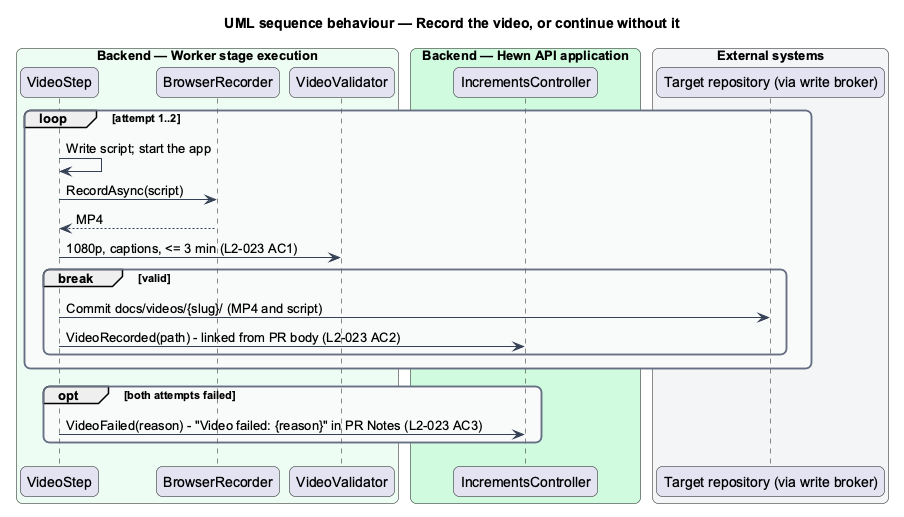
Above: docs/detailed-designs/increments/record-increment-video/diagrams/sequence-record.png in QuinntyneBrown/hewn (PlantUML), before the change. Source of this version:
```plantuml
@startuml
title UML sequence behaviour — Record the video, or continue without it
skinparam backgroundColor #FFFFFF
skinparam shadowing false
skinparam roundcorner 12
skinparam defaultFontName Arial
skinparam ArrowColor #344054
skinparam rectangle {
  BorderColor #344054
  FontColor #101828
}
skinparam package {
  BorderColor #667085
  FontColor #101828
  BackgroundColor #F9FAFB
}
skinparam sequenceMessageAlign left
box "Backend — Worker stage execution" #ECFDF3
  participant "VideoStep" as step
  participant "BrowserRecorder" as rec
  participant "VideoValidator" as val
end box
box "Backend — Hewn API application" #D1FADF
  participant "IncrementsController" as ctrl
end box
box "External systems" #F2F4F7
  participant "Target repository (via write broker)" as gh
end box
loop attempt 1..2
  step -> step : Write script; start the app
  step -> rec : RecordAsync(script)
  rec --> step : MP4
  step -> val : 1080p, captions, <= 3 min (L2-023 AC1)
  break valid
    step -> gh : Commit docs/videos/{slug}/ (MP4 and script)
    step -> ctrl : VideoRecorded(path) - linked from PR body (L2-023 AC2)
  end
end
opt both attempts failed
  step -> ctrl : VideoFailed(reason) - "Video failed: {reason}" in PR Notes (L2-023 AC3)
end
@enduml
```
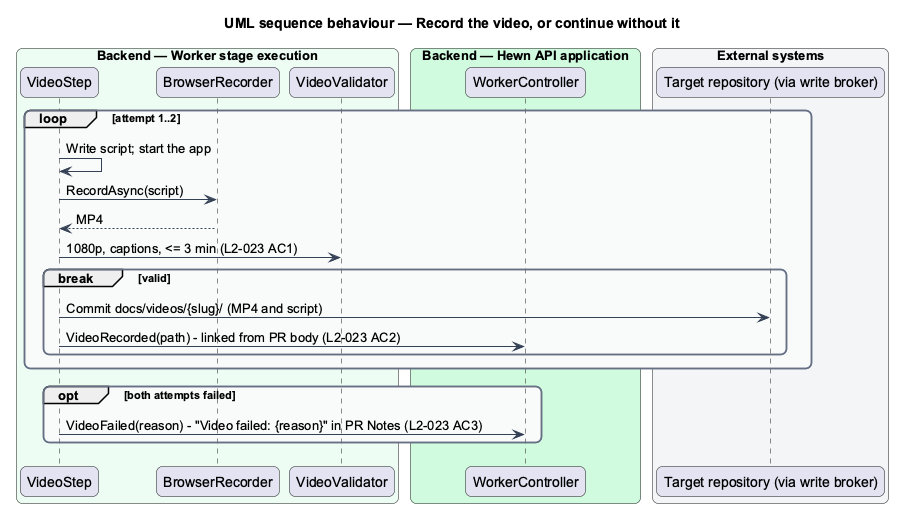
Later version of the same file.

The edit, as a diff of the source:
```diff
@@ -21,7 +21,7 @@
   participant "VideoValidator" as val
 end box
 box "Backend — Hewn API application" #D1FADF
-  participant "IncrementsController" as ctrl
+  participant "WorkerController" as ctrl
 end box
 box "External systems" #F2F4F7
   participant "Target repository (via write broker)" as gh
```
